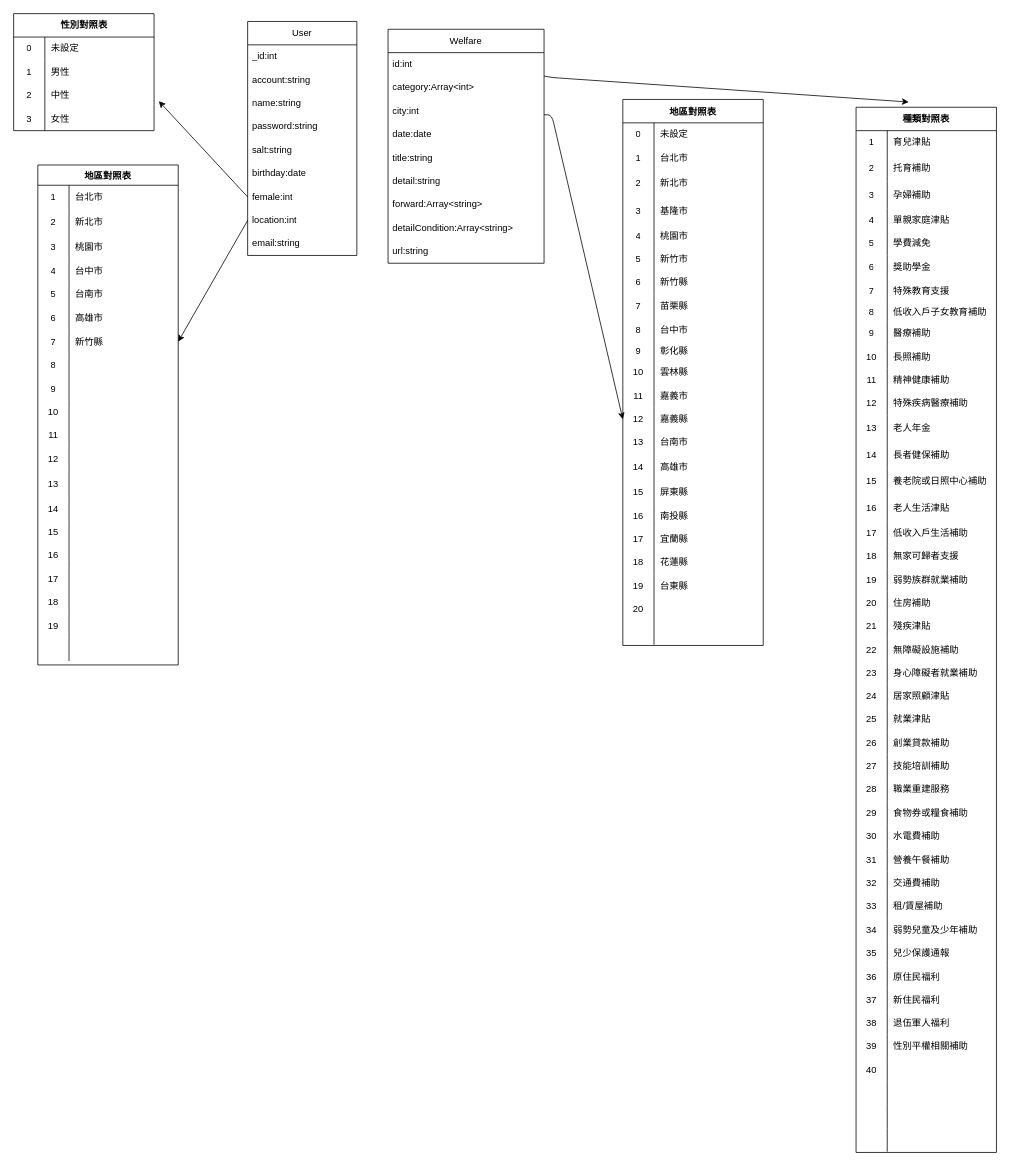
Before: ER.drawio in MonkeyKao/welfare, a draw.io diagram. Source tidied: cells renumbered, new cells numbered last; positions are measured from the earlier drawing's top-left corner, leaving out a move shared by most shapes. Both pictures are drawn from the tidied source at 78%, with x=0, y=0 at pixel (13, 13).
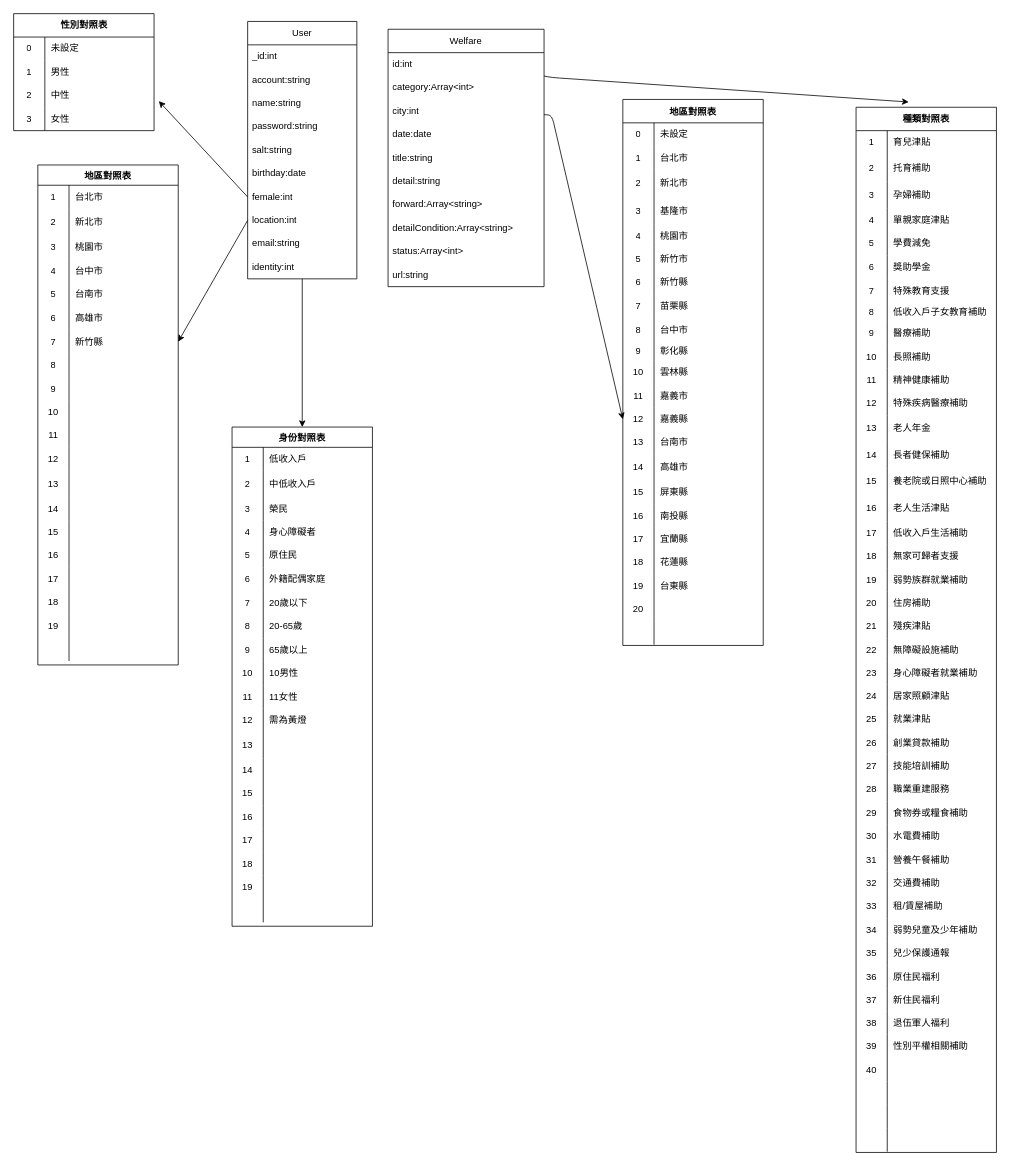
The same diagram, later.

The edit, as a diff of the source:
```diff
@@
     <mxCell id="2" value="User" style="swimlane;fontStyle=0;horizontal=1;startSize=30;whiteSpace=wrap;html=1;" parent="1" vertex="1">
-      <mxGeometry x="300" y="10" width="140" height="300" as="geometry" />
+      <mxGeometry x="300" y="10" width="140" height="330" as="geometry" />
     </mxCell>
@@
+    <mxCell id="297" value="identity:int" style="text;strokeColor=none;fillColor=none;align=left;verticalAlign=middle;spacingLeft=4;spacingRight=4;overflow=hidden;points=[[0,0.5],[1,0.5]];portConstraint=eastwest;whiteSpace=wrap;html=1;" parent="2" vertex="1">
+      <mxGeometry y="300" width="140" height="30" as="geometry" />
+    </mxCell>
     <mxCell id="12" value="Welfare" style="swimlane;fontStyle=0;horizontal=1;startSize=30;whiteSpace=wrap;html=1;" parent="1" vertex="1">
-      <mxGeometry x="480" y="20" width="200" height="300" as="geometry" />
+      <mxGeometry x="480" y="20" width="200" height="330" as="geometry" />
     </mxCell>
@@
+    <mxCell id="298" value="status:Array&amp;lt;int&amp;gt;" style="text;strokeColor=none;fillColor=none;align=left;verticalAlign=middle;spacingLeft=4;spacingRight=4;overflow=hidden;whiteSpace=wrap;html=1;" parent="12" vertex="1">
+      <mxGeometry y="270" width="200" height="30" as="geometry" />
+    </mxCell>
     <mxCell id="21" value="url:string" style="text;strokeColor=none;fillColor=none;align=left;verticalAlign=middle;spacingLeft=4;spacingRight=4;overflow=hidden;whiteSpace=wrap;html=1;" parent="12" vertex="1">
-      <mxGeometry y="270" width="200" height="30" as="geometry" />
+      <mxGeometry y="300" width="200" height="30" as="geometry" />
     </mxCell>
@@
+    <mxCell id="299" style="edgeStyle=none;html=1;entryX=0.5;entryY=0;entryDx=0;entryDy=0;" parent="1" edge="1" source="297" target="300">
+      <mxGeometry relative="1" as="geometry" />
+    </mxCell>
+    <mxCell id="300" value="身份對照表" style="shape=table;startSize=26;childLayout=tableLayout;rowLines=0;fontStyle=1;" parent="1" vertex="1">
+      <mxGeometry x="280" y="530" width="180" height="640" as="geometry" />
+    </mxCell>
+    <mxCell id="301" style="shape=tableRow;horizontal=0;startSize=0;swimlaneHead=0;swimlaneBody=0;top=0;left=0;bottom=0;right=0;fillColor=none;" parent="300" vertex="1">
+      <mxGeometry y="26" width="180" height="30" as="geometry" />
+    </mxCell>
+    <mxCell id="302" value="1" style="shape=partialRectangle;html=1;whiteSpace=wrap;fillColor=none;top=0;left=0;bottom=0;right=0;overflow=hidden;" parent="301" vertex="1">
+      <mxGeometry width="40" height="30" as="geometry" />
+    </mxCell>
+    <mxCell id="303" value="低收入戶" style="shape=partialRectangle;html=1;whiteSpace=wrap;fillColor=none;top=0;left=0;bottom=0;right=0;align=left;spacingLeft=6;overflow=hidden;" parent="301" vertex="1">
+      <mxGeometry x="40" width="140" height="30" as="geometry" />
+    </mxCell>
+    <mxCell id="304" style="shape=tableRow;horizontal=0;startSize=0;swimlaneHead=0;swimlaneBody=0;top=0;left=0;bottom=0;right=0;fillColor=none;" parent="300" vertex="1">
+      <mxGeometry y="56" width="180" height="35" as="geometry" />
+    </mxCell>
+    <mxCell id="305" value="2" style="shape=partialRectangle;html=1;whiteSpace=wrap;fillColor=none;top=0;left=0;bottom=0;right=0;overflow=hidden;" parent="304" vertex="1">
+      <mxGeometry width="40" height="35" as="geometry" />
+    </mxCell>
+    <mxCell id="306" value="中低收入戶" style="shape=partialRectangle;html=1;whiteSpace=wrap;fillColor=none;top=0;left=0;bottom=0;right=0;align=left;spacingLeft=6;overflow=hidden;" parent="304" vertex="1">
+      <mxGeometry x="40" width="140" height="35" as="geometry" />
+    </mxCell>
+    <mxCell id="307" style="shape=tableRow;horizontal=0;startSize=0;swimlaneHead=0;swimlaneBody=0;top=0;left=0;bottom=0;right=0;fillColor=none;" parent="300" vertex="1">
+      <mxGeometry y="91" width="180" height="29" as="geometry" />
+    </mxCell>
+    <mxCell id="308" value="3" style="shape=partialRectangle;html=1;whiteSpace=wrap;fillColor=none;top=0;left=0;bottom=0;right=0;overflow=hidden;" parent="307" vertex="1">
+      <mxGeometry width="40" height="29" as="geometry" />
+    </mxCell>
+    <mxCell id="309" value="榮民" style="shape=partialRectangle;html=1;whiteSpace=wrap;fillColor=none;top=0;left=0;bottom=0;right=0;align=left;spacingLeft=6;overflow=hidden;" parent="307" vertex="1">
+      <mxGeometry x="40" width="140" height="29" as="geometry" />
+    </mxCell>
+    <mxCell id="310" style="shape=tableRow;horizontal=0;startSize=0;swimlaneHead=0;swimlaneBody=0;top=0;left=0;bottom=0;right=0;fillColor=none;" parent="300" vertex="1">
+      <mxGeometry y="120" width="180" height="30" as="geometry" />
+    </mxCell>
+    <mxCell id="311" value="4" style="shape=partialRectangle;html=1;whiteSpace=wrap;fillColor=none;top=0;left=0;bottom=0;right=0;overflow=hidden;" parent="310" vertex="1">
+      <mxGeometry width="40" height="30" as="geometry" />
+    </mxCell>
+    <mxCell id="312" value="身心障礙者" style="shape=partialRectangle;html=1;whiteSpace=wrap;fillColor=none;top=0;left=0;bottom=0;right=0;align=left;spacingLeft=6;overflow=hidden;" parent="310" vertex="1">
+      <mxGeometry x="40" width="140" height="30" as="geometry" />
+    </mxCell>
+    <mxCell id="313" style="shape=tableRow;horizontal=0;startSize=0;swimlaneHead=0;swimlaneBody=0;top=0;left=0;bottom=0;right=0;fillColor=none;" parent="300" vertex="1">
+      <mxGeometry y="150" width="180" height="30" as="geometry" />
+    </mxCell>
+    <mxCell id="314" value="5" style="shape=partialRectangle;html=1;whiteSpace=wrap;fillColor=none;top=0;left=0;bottom=0;right=0;overflow=hidden;" parent="313" vertex="1">
+      <mxGeometry width="40" height="30" as="geometry" />
+    </mxCell>
+    <mxCell id="315" value="原住民" style="shape=partialRectangle;html=1;whiteSpace=wrap;fillColor=none;top=0;left=0;bottom=0;right=0;align=left;spacingLeft=6;overflow=hidden;" parent="313" vertex="1">
+      <mxGeometry x="40" width="140" height="30" as="geometry" />
+    </mxCell>
+    <mxCell id="316" style="shape=tableRow;horizontal=0;startSize=0;swimlaneHead=0;swimlaneBody=0;top=0;left=0;bottom=0;right=0;fillColor=none;" parent="300" vertex="1">
+      <mxGeometry y="180" width="180" height="30" as="geometry" />
+    </mxCell>
+    <mxCell id="317" value="6" style="shape=partialRectangle;html=1;whiteSpace=wrap;fillColor=none;top=0;left=0;bottom=0;right=0;overflow=hidden;" parent="316" vertex="1">
+      <mxGeometry width="40" height="30" as="geometry" />
+    </mxCell>
+    <mxCell id="318" value="外籍配偶家庭" style="shape=partialRectangle;html=1;whiteSpace=wrap;fillColor=none;top=0;left=0;bottom=0;right=0;align=left;spacingLeft=6;overflow=hidden;" parent="316" vertex="1">
+      <mxGeometry x="40" width="140" height="30" as="geometry" />
+    </mxCell>
+    <mxCell id="319" style="shape=tableRow;horizontal=0;startSize=0;swimlaneHead=0;swimlaneBody=0;top=0;left=0;bottom=0;right=0;fillColor=none;" parent="300" vertex="1">
+      <mxGeometry y="210" width="180" height="31" as="geometry" />
+    </mxCell>
+    <mxCell id="320" value="7" style="shape=partialRectangle;html=1;whiteSpace=wrap;fillColor=none;top=0;left=0;bottom=0;right=0;overflow=hidden;" parent="319" vertex="1">
+      <mxGeometry width="40" height="31" as="geometry" />
+    </mxCell>
+    <mxCell id="321" value="20歲以下" style="shape=partialRectangle;html=1;whiteSpace=wrap;fillColor=none;top=0;left=0;bottom=0;right=0;align=left;spacingLeft=6;overflow=hidden;" parent="319" vertex="1">
+      <mxGeometry x="40" width="140" height="31" as="geometry" />
+    </mxCell>
+    <mxCell id="322" style="shape=tableRow;horizontal=0;startSize=0;swimlaneHead=0;swimlaneBody=0;top=0;left=0;bottom=0;right=0;fillColor=none;" parent="300" vertex="1">
+      <mxGeometry y="241" width="180" height="30" as="geometry" />
+    </mxCell>
+    <mxCell id="323" value="8" style="shape=partialRectangle;html=1;whiteSpace=wrap;fillColor=none;top=0;left=0;bottom=0;right=0;overflow=hidden;" parent="322" vertex="1">
+      <mxGeometry width="40" height="30" as="geometry" />
+    </mxCell>
+    <mxCell id="324" value="20-65歲" style="shape=partialRectangle;html=1;whiteSpace=wrap;fillColor=none;top=0;left=0;bottom=0;right=0;align=left;spacingLeft=6;overflow=hidden;" parent="322" vertex="1">
+      <mxGeometry x="40" width="140" height="30" as="geometry" />
+    </mxCell>
+    <mxCell id="325" style="shape=tableRow;horizontal=0;startSize=0;swimlaneHead=0;swimlaneBody=0;top=0;left=0;bottom=0;right=0;fillColor=none;" parent="300" vertex="1">
+      <mxGeometry y="271" width="180" height="30" as="geometry" />
+    </mxCell>
+    <mxCell id="326" value="9" style="shape=partialRectangle;html=1;whiteSpace=wrap;fillColor=none;top=0;left=0;bottom=0;right=0;overflow=hidden;" parent="325" vertex="1">
+      <mxGeometry width="40" height="30" as="geometry" />
+    </mxCell>
+    <mxCell id="327" value="65歲以上" style="shape=partialRectangle;html=1;whiteSpace=wrap;fillColor=none;top=0;left=0;bottom=0;right=0;align=left;spacingLeft=6;overflow=hidden;" parent="325" vertex="1">
+      <mxGeometry x="40" width="140" height="30" as="geometry" />
+    </mxCell>
+    <mxCell id="328" style="shape=tableRow;horizontal=0;startSize=0;swimlaneHead=0;swimlaneBody=0;top=0;left=0;bottom=0;right=0;fillColor=none;" parent="300" vertex="1">
+      <mxGeometry y="301" width="180" height="30" as="geometry" />
+    </mxCell>
+    <mxCell id="329" value="10" style="shape=partialRectangle;html=1;whiteSpace=wrap;fillColor=none;top=0;left=0;bottom=0;right=0;overflow=hidden;" parent="328" vertex="1">
+      <mxGeometry width="40" height="30" as="geometry" />
+    </mxCell>
+    <mxCell id="330" value="10男性" style="shape=partialRectangle;html=1;whiteSpace=wrap;fillColor=none;top=0;left=0;bottom=0;right=0;align=left;spacingLeft=6;overflow=hidden;" parent="328" vertex="1">
+      <mxGeometry x="40" width="140" height="30" as="geometry" />
+    </mxCell>
+    <mxCell id="331" style="shape=tableRow;horizontal=0;startSize=0;swimlaneHead=0;swimlaneBody=0;top=0;left=0;bottom=0;right=0;fillColor=none;" parent="300" vertex="1">
+      <mxGeometry y="331" width="180" height="30" as="geometry" />
+    </mxCell>
+    <mxCell id="332" value="11" style="shape=partialRectangle;html=1;whiteSpace=wrap;fillColor=none;top=0;left=0;bottom=0;right=0;overflow=hidden;" parent="331" vertex="1">
+      <mxGeometry width="40" height="30" as="geometry" />
+    </mxCell>
+    <mxCell id="333" value="11女性" style="shape=partialRectangle;html=1;whiteSpace=wrap;fillColor=none;top=0;left=0;bottom=0;right=0;align=left;spacingLeft=6;overflow=hidden;" parent="331" vertex="1">
+      <mxGeometry x="40" width="140" height="30" as="geometry" />
+    </mxCell>
+    <mxCell id="334" style="shape=tableRow;horizontal=0;startSize=0;swimlaneHead=0;swimlaneBody=0;top=0;left=0;bottom=0;right=0;fillColor=none;" parent="300" vertex="1">
+      <mxGeometry y="361" width="180" height="30" as="geometry" />
+    </mxCell>
+    <mxCell id="335" value="12" style="shape=partialRectangle;html=1;whiteSpace=wrap;fillColor=none;top=0;left=0;bottom=0;right=0;overflow=hidden;" parent="334" vertex="1">
+      <mxGeometry width="40" height="30" as="geometry" />
+    </mxCell>
+    <mxCell id="336" value="需為黃燈" style="shape=partialRectangle;html=1;whiteSpace=wrap;fillColor=none;top=0;left=0;bottom=0;right=0;align=left;spacingLeft=6;overflow=hidden;" parent="334" vertex="1">
+      <mxGeometry x="40" width="140" height="30" as="geometry" />
+    </mxCell>
+    <mxCell id="337" style="shape=tableRow;horizontal=0;startSize=0;swimlaneHead=0;swimlaneBody=0;top=0;left=0;bottom=0;right=0;fillColor=none;" parent="300" vertex="1">
+      <mxGeometry y="391" width="180" height="34" as="geometry" />
+    </mxCell>
+    <mxCell id="338" value="13" style="shape=partialRectangle;html=1;whiteSpace=wrap;fillColor=none;top=0;left=0;bottom=0;right=0;overflow=hidden;" parent="337" vertex="1">
+      <mxGeometry width="40" height="34" as="geometry" />
+    </mxCell>
+    <mxCell id="339" style="shape=partialRectangle;html=1;whiteSpace=wrap;fillColor=none;top=0;left=0;bottom=0;right=0;align=left;spacingLeft=6;overflow=hidden;" parent="337" vertex="1">
+      <mxGeometry x="40" width="140" height="34" as="geometry" />
+    </mxCell>
+    <mxCell id="340" style="shape=tableRow;horizontal=0;startSize=0;swimlaneHead=0;swimlaneBody=0;top=0;left=0;bottom=0;right=0;fillColor=none;" parent="300" vertex="1">
+      <mxGeometry y="425" width="180" height="30" as="geometry" />
+    </mxCell>
+    <mxCell id="341" value="14" style="shape=partialRectangle;html=1;whiteSpace=wrap;fillColor=none;top=0;left=0;bottom=0;right=0;overflow=hidden;" parent="340" vertex="1">
+      <mxGeometry width="40" height="30" as="geometry" />
+    </mxCell>
+    <mxCell id="342" style="shape=partialRectangle;html=1;whiteSpace=wrap;fillColor=none;top=0;left=0;bottom=0;right=0;align=left;spacingLeft=6;overflow=hidden;" parent="340" vertex="1">
+      <mxGeometry x="40" width="140" height="30" as="geometry" />
+    </mxCell>
+    <mxCell id="343" style="shape=tableRow;horizontal=0;startSize=0;swimlaneHead=0;swimlaneBody=0;top=0;left=0;bottom=0;right=0;fillColor=none;" parent="300" vertex="1">
+      <mxGeometry y="455" width="180" height="30" as="geometry" />
+    </mxCell>
+    <mxCell id="344" value="15" style="shape=partialRectangle;html=1;whiteSpace=wrap;fillColor=none;top=0;left=0;bottom=0;right=0;overflow=hidden;" parent="343" vertex="1">
+      <mxGeometry width="40" height="30" as="geometry" />
+    </mxCell>
+    <mxCell id="345" style="shape=partialRectangle;html=1;whiteSpace=wrap;fillColor=none;top=0;left=0;bottom=0;right=0;align=left;spacingLeft=6;overflow=hidden;" parent="343" vertex="1">
+      <mxGeometry x="40" width="140" height="30" as="geometry" />
+    </mxCell>
+    <mxCell id="346" style="shape=tableRow;horizontal=0;startSize=0;swimlaneHead=0;swimlaneBody=0;top=0;left=0;bottom=0;right=0;fillColor=none;" parent="300" vertex="1">
+      <mxGeometry y="485" width="180" height="30" as="geometry" />
+    </mxCell>
+    <mxCell id="347" value="16" style="shape=partialRectangle;html=1;whiteSpace=wrap;fillColor=none;top=0;left=0;bottom=0;right=0;overflow=hidden;" parent="346" vertex="1">
+      <mxGeometry width="40" height="30" as="geometry" />
+    </mxCell>
+    <mxCell id="348" style="shape=partialRectangle;html=1;whiteSpace=wrap;fillColor=none;top=0;left=0;bottom=0;right=0;align=left;spacingLeft=6;overflow=hidden;" parent="346" vertex="1">
+      <mxGeometry x="40" width="140" height="30" as="geometry" />
+    </mxCell>
+    <mxCell id="349" style="shape=tableRow;horizontal=0;startSize=0;swimlaneHead=0;swimlaneBody=0;top=0;left=0;bottom=0;right=0;fillColor=none;" parent="300" vertex="1">
+      <mxGeometry y="515" width="180" height="30" as="geometry" />
+    </mxCell>
+    <mxCell id="350" value="17" style="shape=partialRectangle;html=1;whiteSpace=wrap;fillColor=none;top=0;left=0;bottom=0;right=0;overflow=hidden;" parent="349" vertex="1">
+      <mxGeometry width="40" height="30" as="geometry" />
+    </mxCell>
+    <mxCell id="351" style="shape=partialRectangle;html=1;whiteSpace=wrap;fillColor=none;top=0;left=0;bottom=0;right=0;align=left;spacingLeft=6;overflow=hidden;" parent="349" vertex="1">
+      <mxGeometry x="40" width="140" height="30" as="geometry" />
+    </mxCell>
+    <mxCell id="352" style="shape=tableRow;horizontal=0;startSize=0;swimlaneHead=0;swimlaneBody=0;top=0;left=0;bottom=0;right=0;fillColor=none;" parent="300" vertex="1">
+      <mxGeometry y="545" width="180" height="30" as="geometry" />
+    </mxCell>
+    <mxCell id="353" value="18" style="shape=partialRectangle;html=1;whiteSpace=wrap;fillColor=none;top=0;left=0;bottom=0;right=0;overflow=hidden;" parent="352" vertex="1">
+      <mxGeometry width="40" height="30" as="geometry" />
+    </mxCell>
+    <mxCell id="354" style="shape=partialRectangle;html=1;whiteSpace=wrap;fillColor=none;top=0;left=0;bottom=0;right=0;align=left;spacingLeft=6;overflow=hidden;" parent="352" vertex="1">
+      <mxGeometry x="40" width="140" height="30" as="geometry" />
+    </mxCell>
+    <mxCell id="355" style="shape=tableRow;horizontal=0;startSize=0;swimlaneHead=0;swimlaneBody=0;top=0;left=0;bottom=0;right=0;fillColor=none;" parent="300" vertex="1">
+      <mxGeometry y="575" width="180" height="30" as="geometry" />
+    </mxCell>
+    <mxCell id="356" value="19" style="shape=partialRectangle;html=1;whiteSpace=wrap;fillColor=none;top=0;left=0;bottom=0;right=0;overflow=hidden;" parent="355" vertex="1">
+      <mxGeometry width="40" height="30" as="geometry" />
+    </mxCell>
+    <mxCell id="357" style="shape=partialRectangle;html=1;whiteSpace=wrap;fillColor=none;top=0;left=0;bottom=0;right=0;align=left;spacingLeft=6;overflow=hidden;" parent="355" vertex="1">
+      <mxGeometry x="40" width="140" height="30" as="geometry" />
+    </mxCell>
+    <mxCell id="358" style="shape=tableRow;horizontal=0;startSize=0;swimlaneHead=0;swimlaneBody=0;top=0;left=0;bottom=0;right=0;fillColor=none;" parent="300" vertex="1">
+      <mxGeometry y="605" width="180" height="30" as="geometry" />
+    </mxCell>
+    <mxCell id="359" style="shape=partialRectangle;html=1;whiteSpace=wrap;fillColor=none;top=0;left=0;bottom=0;right=0;overflow=hidden;" parent="358" vertex="1">
+      <mxGeometry width="40" height="30" as="geometry" />
+    </mxCell>
+    <mxCell id="360" style="shape=partialRectangle;html=1;whiteSpace=wrap;fillColor=none;top=0;left=0;bottom=0;right=0;align=left;spacingLeft=6;overflow=hidden;" parent="358" vertex="1">
+      <mxGeometry x="40" width="140" height="30" as="geometry" />
+    </mxCell>
```
